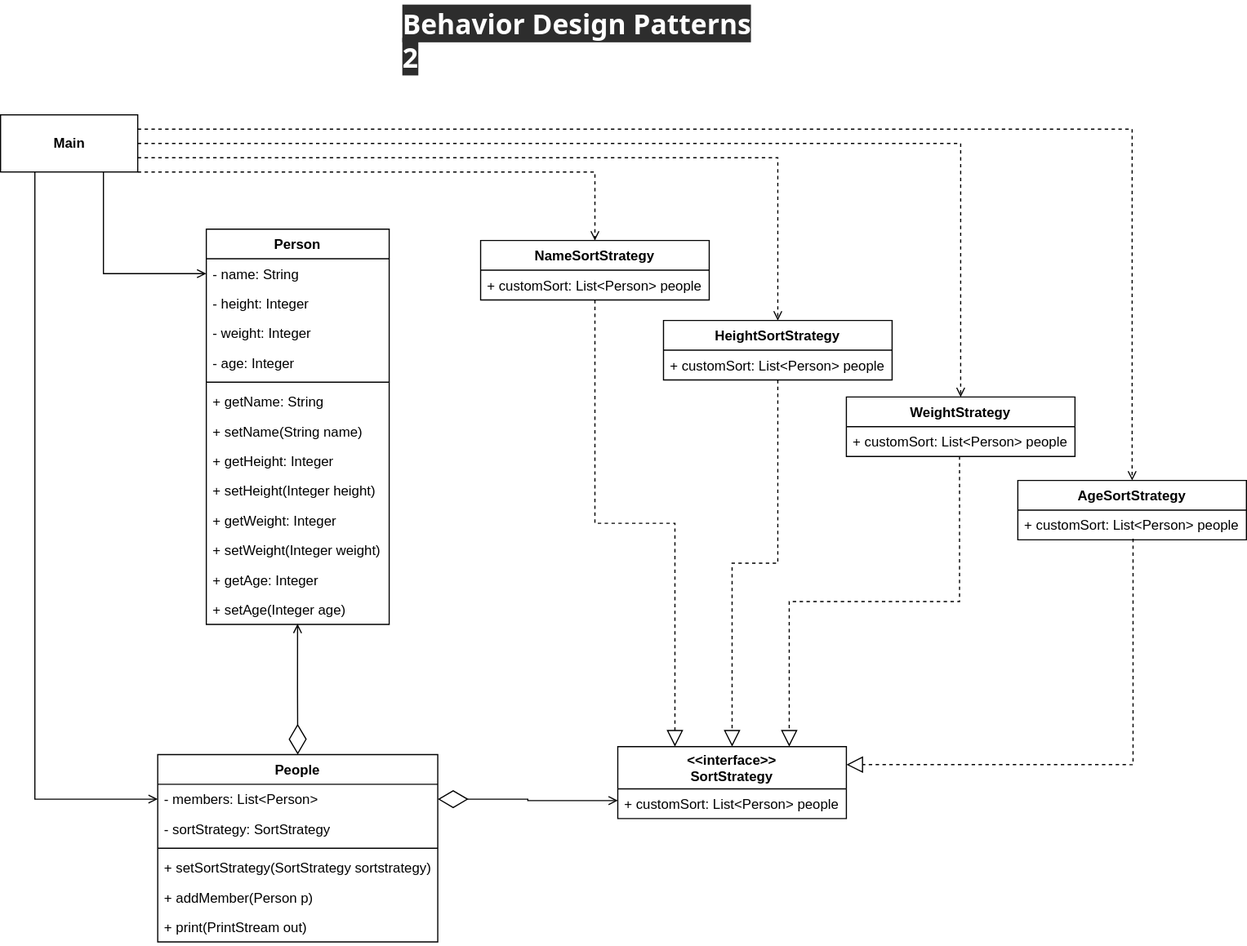
Before: SoftArchDesign#4/Behavior Design Patterns 2.drawio.svg, a diagram exported from draw.io (dnrecording/SAD). Source tidied: cells renumbered, new cells last; positions are measured from the earlier drawing's top-left corner, leaving out a move shared by most shapes.
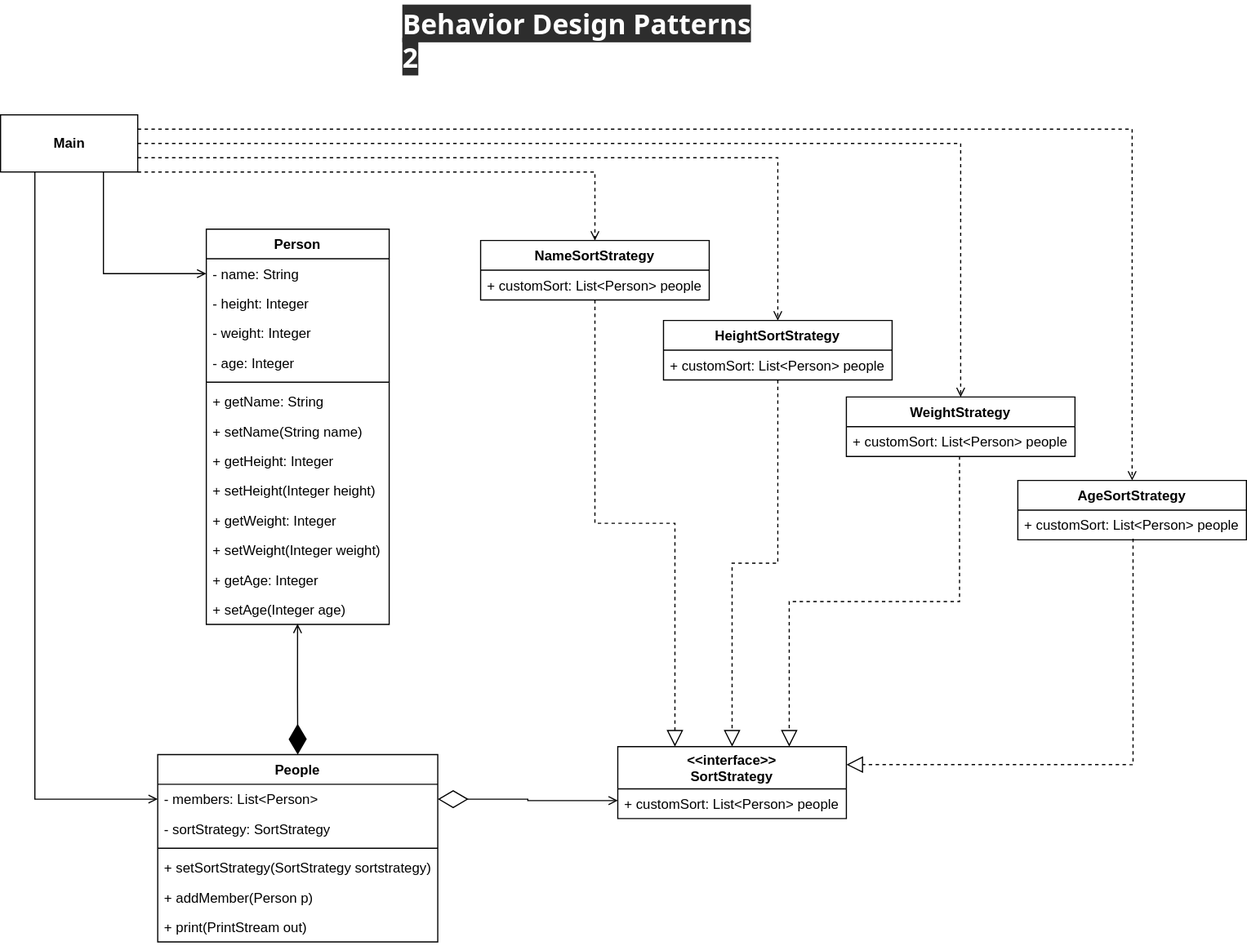
The same diagram one commit later.

The edit, as a diff of the source:
```diff
@@ -122,7 +122,7 @@
     <mxCell id="41" style="endArrow=diamondThin;endFill=0;endSize=24;html=1;rounded=0;startArrow=open;startFill=0;entryX=1;entryY=0.5;entryDx=0;entryDy=0;exitX=0;exitY=0.75;exitDx=0;exitDy=0;strokeWidth=1;edgeStyle=orthogonalEdgeStyle;" parent="1" edge="1" source="3" target="18">
       <mxGeometry relative="1" as="geometry" />
     </mxCell>
-    <mxCell id="42" style="endArrow=diamondThin;endFill=0;endSize=24;html=1;rounded=0;startArrow=open;startFill=0;exitX=0.499;exitY=0.983;exitDx=0;exitDy=0;strokeWidth=1;edgeStyle=orthogonalEdgeStyle;exitPerimeter=0;entryX=0.5;entryY=0;entryDx=0;entryDy=0;" parent="1" edge="1" source="37" target="17">
+    <mxCell id="42" style="endArrow=diamondThin;endFill=1;endSize=24;html=1;rounded=0;startArrow=open;startFill=0;exitX=0.499;exitY=0.983;exitDx=0;exitDy=0;strokeWidth=1;edgeStyle=orthogonalEdgeStyle;exitPerimeter=0;entryX=0.5;entryY=0;entryDx=0;entryDy=0;" parent="1" edge="1" source="37" target="17">
       <mxGeometry relative="1" as="geometry" />
     </mxCell>
     <mxCell id="43" style="edgeStyle=orthogonalEdgeStyle;rounded=0;jettySize=auto;html=1;exitX=1;exitY=0.25;exitDx=0;exitDy=0;entryX=0.5;entryY=0;entryDx=0;entryDy=0;endArrow=open;endFill=0;dashed=1;" parent="1" edge="1" source="40" target="9">
```
